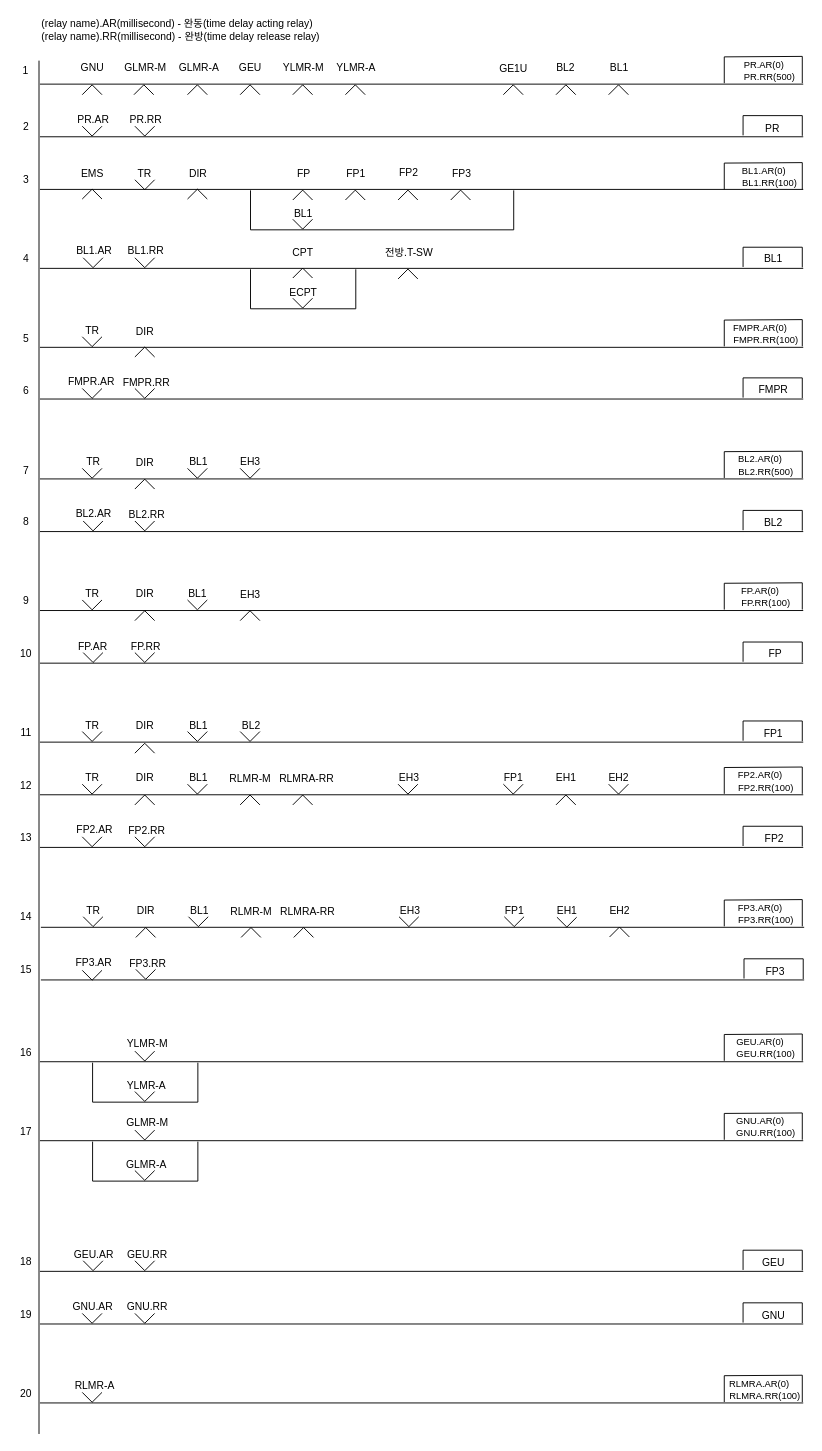
The draw.io diagram page "신호제어로직(최종)" (1 of 8) of Signal/4Display-Signal-Control-Logic.drawio in chillin2/MyDraw.io, before the edit. Source tidied: cells renumbered, new cells numbered last; positions are measured from the earlier drawing's top-left corner, leaving out a move shared by most shapes. Both pictures are drawn from the tidied source at 94%, with x=0, y=0 at pixel (16, 16).
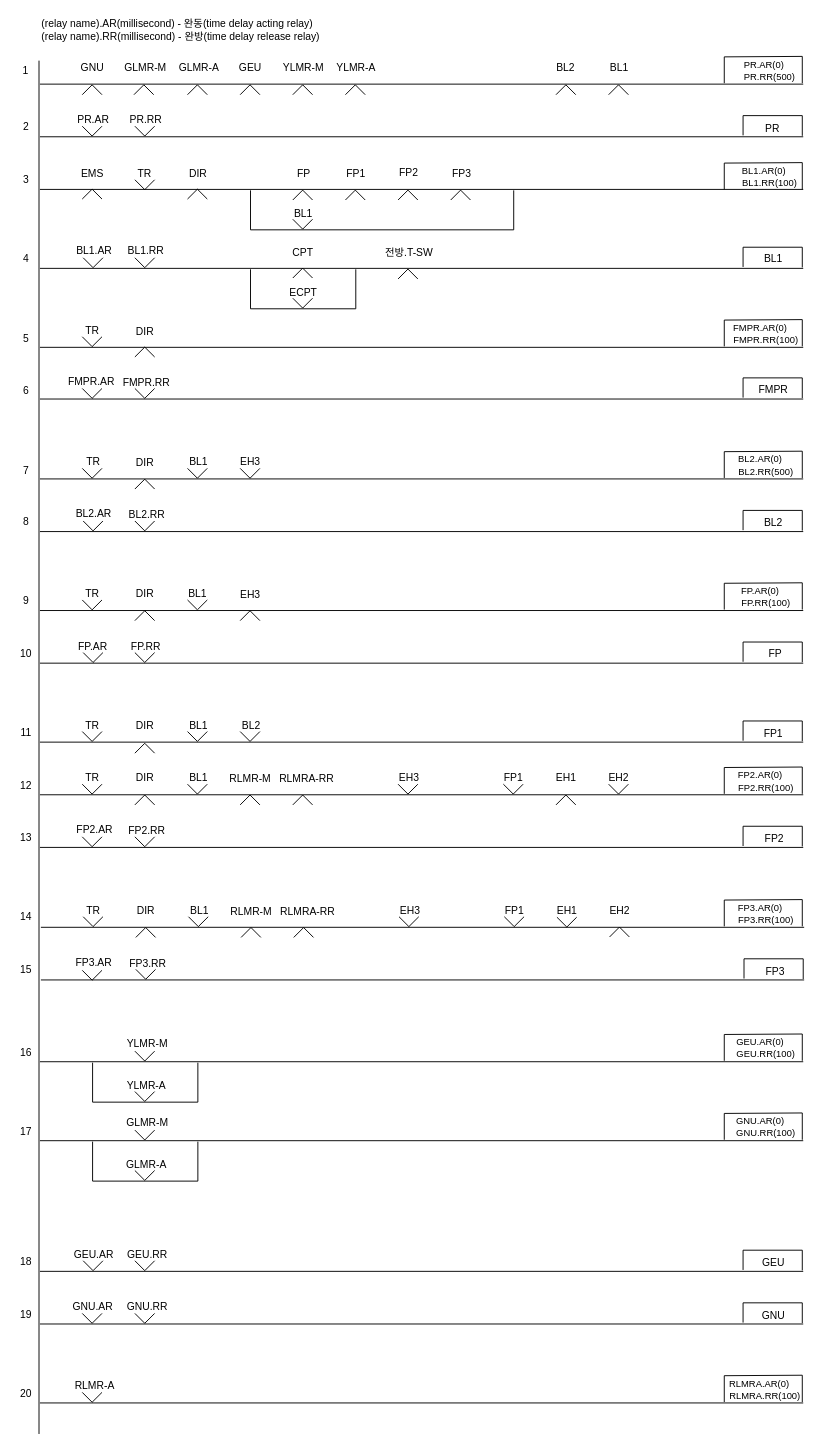
The same diagram, later.

What changed in the source:
```diff
@@
-    <mxCell id="10" value="GE1U" style="text;html=1;strokeColor=none;fillColor=none;align=center;verticalAlign=middle;whiteSpace=wrap;rounded=0;fontFamily=Helvetica;fontSize=11;fontColor=default;" parent="1" vertex="1">
-      <mxGeometry x="509" y="51" width="40" height="10" as="geometry" />
-    </mxCell>
@@
-    <mxCell id="78" style="verticalLabelPosition=bottom;html=1;verticalAlign=top;align=center;shape=mxgraph.floorplan.windowBow;strokeWidth=1;fontSize=11;direction=west;" parent="1" vertex="1">
-      <mxGeometry x="518" y="72.5" width="21" height="11" as="geometry" />
-    </mxCell>
```
